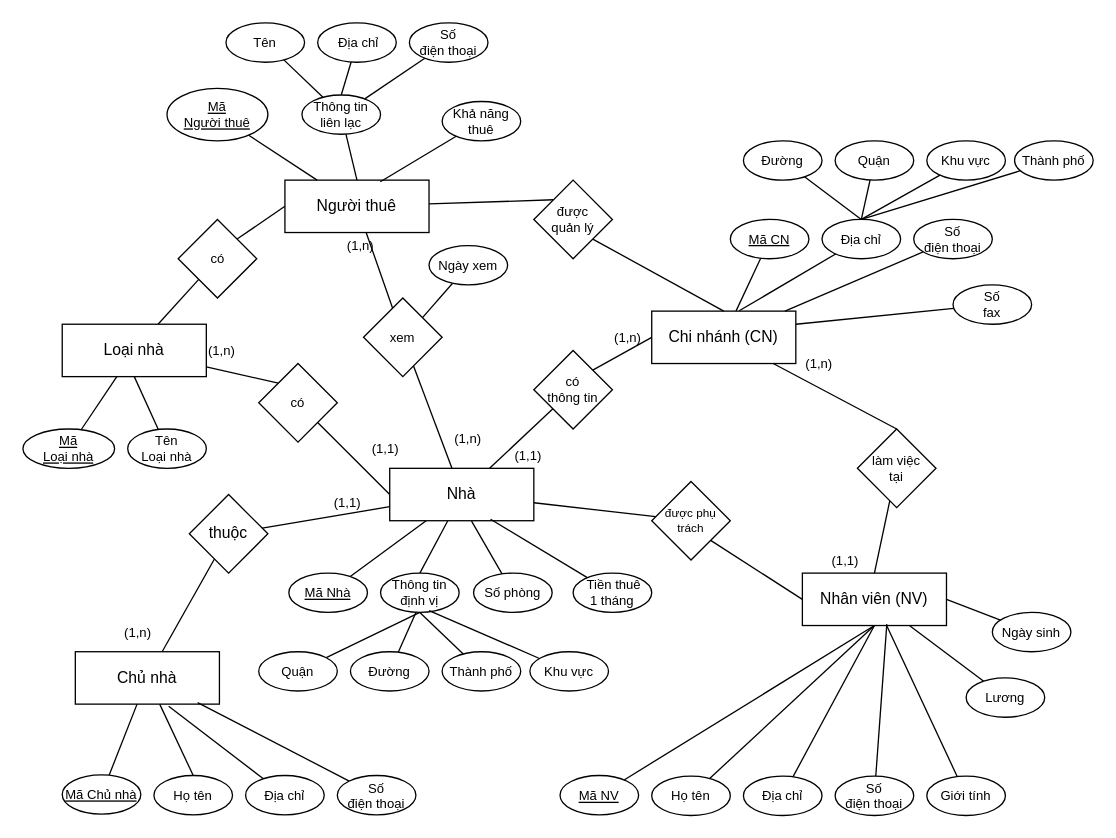
This is EXERCISES/BTN.drawio from andytino/Documents-Database, a draw.io file, before an edit. Source tidied: cells renumbered, new cells numbered last; positions are measured from the earlier drawing's top-left corner, leaving out a move shared by most shapes. Both pictures are drawn from the tidied source at 131%, with x=0, y=0 at pixel (22, 22).
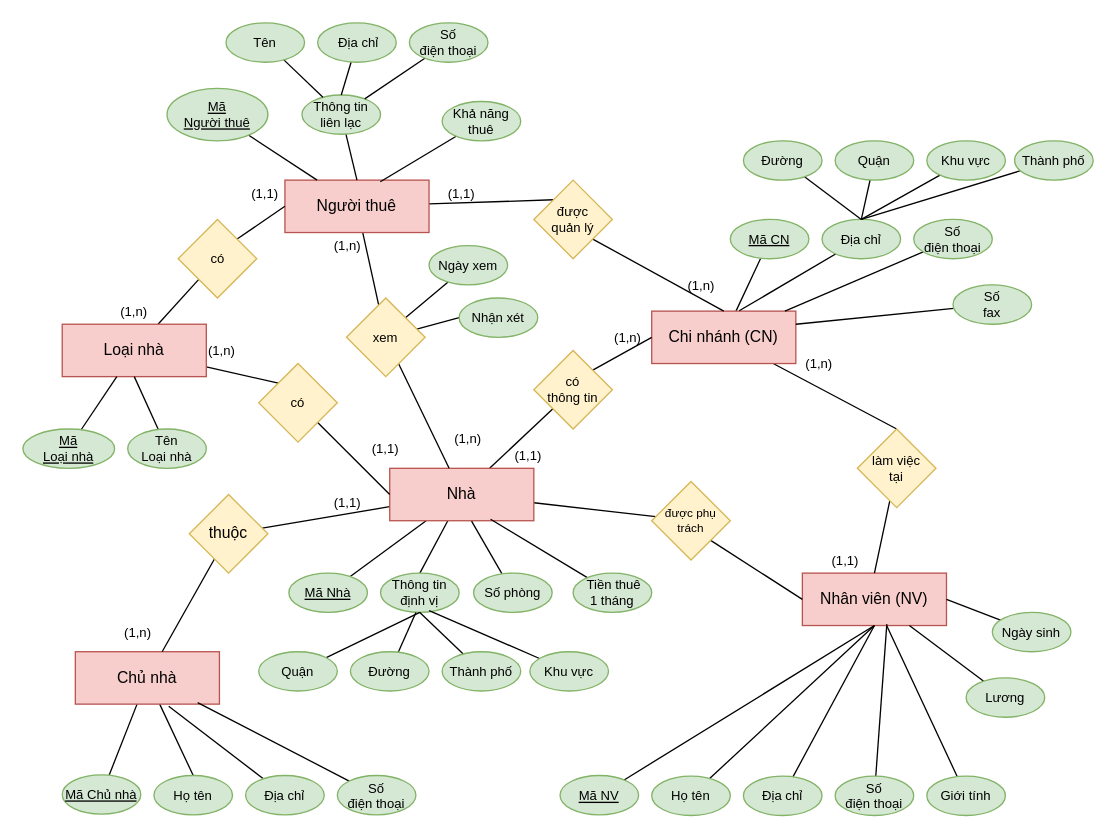
Above is the later version.

The edit, as a diff of the source:
```diff
@@
-    <mxCell id="4" value="Người thuê" style="rounded=0;whiteSpace=wrap;html=1;" parent="1" vertex="1">
+    <mxCell id="4" value="Người thuê" style="rounded=0;whiteSpace=wrap;html=1;fillColor=#f8cecc;strokeColor=#b85450;" parent="1" vertex="1">
       <mxGeometry x="200" y="120" width="110" height="40" as="geometry" />
     </mxCell>
@@
-    <mxCell id="10" value="Nhà" style="rounded=0;whiteSpace=wrap;html=1;" parent="1" vertex="1">
+    <mxCell id="10" value="Nhà" style="rounded=0;whiteSpace=wrap;html=1;fillColor=#f8cecc;strokeColor=#b85450;" parent="1" vertex="1">
       <mxGeometry x="280" y="340" width="110" height="40" as="geometry" />
     </mxCell>
@@
-    <mxCell id="13" value="Chủ nhà" style="rounded=0;whiteSpace=wrap;html=1;" parent="1" vertex="1">
+    <mxCell id="13" value="Chủ nhà" style="rounded=0;whiteSpace=wrap;html=1;fillColor=#f8cecc;strokeColor=#b85450;" parent="1" vertex="1">
       <mxGeometry x="40" y="480" width="110" height="40" as="geometry" />
     </mxCell>
@@
-    <mxCell id="16" value="Loại nhà" style="rounded=0;whiteSpace=wrap;html=1;" parent="1" vertex="1">
+    <mxCell id="16" value="Loại nhà" style="rounded=0;whiteSpace=wrap;html=1;fillColor=#f8cecc;strokeColor=#b85450;" parent="1" vertex="1">
       <mxGeometry x="30" y="230" width="110" height="40" as="geometry" />
     </mxCell>
-    <mxCell id="17" value="Nhân viên (NV)" style="rounded=0;whiteSpace=wrap;html=1;" parent="1" vertex="1">
+    <mxCell id="17" value="Nhân viên (NV)" style="rounded=0;whiteSpace=wrap;html=1;fillColor=#f8cecc;strokeColor=#b85450;" parent="1" vertex="1">
       <mxGeometry x="595" y="420" width="110" height="40" as="geometry" />
     </mxCell>
@@
-    <mxCell id="20" value="Chi nhánh (CN)" style="rounded=0;whiteSpace=wrap;html=1;" parent="1" vertex="1">
+    <mxCell id="20" value="Chi nhánh (CN)" style="rounded=0;whiteSpace=wrap;html=1;fillColor=#f8cecc;strokeColor=#b85450;" parent="1" vertex="1">
       <mxGeometry x="480" y="220" width="110" height="40" as="geometry" />
     </mxCell>
@@
-    <mxCell id="22" value="thuộc" style="rhombus;whiteSpace=wrap;html=1;" parent="1" vertex="1">
+    <mxCell id="22" value="thuộc" style="rhombus;whiteSpace=wrap;html=1;fillColor=#fff2cc;strokeColor=#d6b656;" parent="1" vertex="1">
       <mxGeometry x="127" y="360" width="60" height="60" as="geometry" />
     </mxCell>
@@
-    <mxCell id="24" value="được phụ trách" style="rhombus;whiteSpace=wrap;html=1;fontSize=9;" parent="1" vertex="1">
+    <mxCell id="24" value="được phụ trách" style="rhombus;whiteSpace=wrap;html=1;fontSize=9;fillColor=#fff2cc;strokeColor=#d6b656;" parent="1" vertex="1">
       <mxGeometry x="480" y="350" width="60" height="60" as="geometry" />
     </mxCell>
@@
-    <mxCell id="26" value="có &lt;br style=&quot;font-size: 10px;&quot;&gt;thông tin" style="rhombus;whiteSpace=wrap;html=1;fontSize=10;" parent="1" vertex="1">
+    <mxCell id="26" value="có &lt;br style=&quot;font-size: 10px;&quot;&gt;thông tin" style="rhombus;whiteSpace=wrap;html=1;fontSize=10;fillColor=#fff2cc;strokeColor=#d6b656;" parent="1" vertex="1">
       <mxGeometry x="390" y="250" width="60" height="60" as="geometry" />
     </mxCell>
@@
-    <mxCell id="28" value="có" style="rhombus;whiteSpace=wrap;html=1;fontSize=10;" parent="1" vertex="1">
+    <mxCell id="28" value="có" style="rhombus;whiteSpace=wrap;html=1;fontSize=10;fillColor=#fff2cc;strokeColor=#d6b656;" parent="1" vertex="1">
       <mxGeometry x="180" y="260" width="60" height="60" as="geometry" />
     </mxCell>
@@
-    <mxCell id="30" value="có" style="rhombus;whiteSpace=wrap;html=1;fontSize=10;" parent="1" vertex="1">
+    <mxCell id="30" value="có" style="rhombus;whiteSpace=wrap;html=1;fontSize=10;fillColor=#fff2cc;strokeColor=#d6b656;" parent="1" vertex="1">
       <mxGeometry x="118.5" y="150" width="60" height="60" as="geometry" />
     </mxCell>
@@
-    <mxCell id="32" value="được&lt;br&gt;quản lý" style="rhombus;whiteSpace=wrap;html=1;fontSize=10;" parent="1" vertex="1">
+    <mxCell id="32" value="được&lt;br&gt;quản lý" style="rhombus;whiteSpace=wrap;html=1;fontSize=10;fillColor=#fff2cc;strokeColor=#d6b656;" parent="1" vertex="1">
       <mxGeometry x="390" y="120" width="60" height="60" as="geometry" />
     </mxCell>
@@
+    <mxCell id="114" style="edgeStyle=none;shape=connector;rounded=0;jettySize=auto;html=1;entryX=0;entryY=0.5;entryDx=0;entryDy=0;labelBackgroundColor=default;fontFamily=Helvetica;fontSize=10;fontColor=default;endArrow=none;strokeColor=default;" parent="1" edge="1" source="35" target="115">
+      <mxGeometry relative="1" as="geometry" />
+    </mxCell>
-    <mxCell id="35" value="xem" style="rhombus;whiteSpace=wrap;html=1;fontSize=10;" parent="1" vertex="1">
-      <mxGeometry x="260" y="210" width="60" height="60" as="geometry" />
+    <mxCell id="35" value="xem" style="rhombus;whiteSpace=wrap;html=1;fontSize=10;fillColor=#fff2cc;strokeColor=#d6b656;" parent="1" vertex="1">
+      <mxGeometry x="247" y="210" width="60" height="60" as="geometry" />
     </mxCell>
-    <mxCell id="36" value="&lt;u&gt;Mã CN&lt;/u&gt;" style="ellipse;whiteSpace=wrap;html=1;fontFamily=Helvetica;fontSize=10;fontColor=default;" parent="1" vertex="1">
+    <mxCell id="36" value="&lt;u&gt;Mã CN&lt;/u&gt;" style="ellipse;whiteSpace=wrap;html=1;fontFamily=Helvetica;fontSize=10;fillColor=#d5e8d4;strokeColor=#82b366;" parent="1" vertex="1">
       <mxGeometry x="540" y="150" width="60" height="30" as="geometry" />
     </mxCell>
@@
-    <mxCell id="38" value="Địa chỉ" style="ellipse;whiteSpace=wrap;html=1;fontFamily=Helvetica;fontSize=10;fontColor=default;" parent="1" vertex="1">
+    <mxCell id="38" value="Địa chỉ" style="ellipse;whiteSpace=wrap;html=1;fontFamily=Helvetica;fontSize=10;fillColor=#d5e8d4;strokeColor=#82b366;" parent="1" vertex="1">
       <mxGeometry x="610" y="150" width="60" height="30" as="geometry" />
     </mxCell>
@@
-    <mxCell id="40" value="Đường" style="ellipse;whiteSpace=wrap;html=1;fontFamily=Helvetica;fontSize=10;fontColor=default;" parent="1" vertex="1">
+    <mxCell id="40" value="Đường" style="ellipse;whiteSpace=wrap;html=1;fontFamily=Helvetica;fontSize=10;fillColor=#d5e8d4;strokeColor=#82b366;" parent="1" vertex="1">
       <mxGeometry x="550" y="90" width="60" height="30" as="geometry" />
     </mxCell>
@@
-    <mxCell id="42" value="Thành phố" style="ellipse;whiteSpace=wrap;html=1;fontFamily=Helvetica;fontSize=10;fontColor=default;" parent="1" vertex="1">
+    <mxCell id="42" value="Thành phố" style="ellipse;whiteSpace=wrap;html=1;fontFamily=Helvetica;fontSize=10;fillColor=#d5e8d4;strokeColor=#82b366;" parent="1" vertex="1">
       <mxGeometry x="757" y="90" width="60" height="30" as="geometry" />
     </mxCell>
@@
-    <mxCell id="44" value="Khu vực" style="ellipse;whiteSpace=wrap;html=1;fontFamily=Helvetica;fontSize=10;fontColor=default;" parent="1" vertex="1">
+    <mxCell id="44" value="Khu vực" style="ellipse;whiteSpace=wrap;html=1;fontFamily=Helvetica;fontSize=10;fillColor=#d5e8d4;strokeColor=#82b366;" parent="1" vertex="1">
       <mxGeometry x="690" y="90" width="60" height="30" as="geometry" />
     </mxCell>
@@
-    <mxCell id="46" value="Quận" style="ellipse;whiteSpace=wrap;html=1;fontFamily=Helvetica;fontSize=10;fontColor=default;" parent="1" vertex="1">
+    <mxCell id="46" value="Quận" style="ellipse;whiteSpace=wrap;html=1;fontFamily=Helvetica;fontSize=10;fillColor=#d5e8d4;strokeColor=#82b366;" parent="1" vertex="1">
       <mxGeometry x="620" y="90" width="60" height="30" as="geometry" />
     </mxCell>
@@
-    <mxCell id="48" value="Số&lt;br&gt;điện thoại" style="ellipse;whiteSpace=wrap;html=1;fontFamily=Helvetica;fontSize=10;fontColor=default;" parent="1" vertex="1">
+    <mxCell id="48" value="Số&lt;br&gt;điện thoại" style="ellipse;whiteSpace=wrap;html=1;fontFamily=Helvetica;fontSize=10;fillColor=#d5e8d4;strokeColor=#82b366;" parent="1" vertex="1">
       <mxGeometry x="680" y="150" width="60" height="30" as="geometry" />
     </mxCell>
@@
-    <mxCell id="50" value="Số&lt;br&gt;fax" style="ellipse;whiteSpace=wrap;html=1;fontFamily=Helvetica;fontSize=10;fontColor=default;" parent="1" vertex="1">
+    <mxCell id="50" value="Số&lt;br&gt;fax" style="ellipse;whiteSpace=wrap;html=1;fontFamily=Helvetica;fontSize=10;fillColor=#d5e8d4;strokeColor=#82b366;" parent="1" vertex="1">
       <mxGeometry x="710" y="200" width="60" height="30" as="geometry" />
     </mxCell>
@@
-    <mxCell id="52" value="&lt;u&gt;Mã NV&lt;/u&gt;" style="ellipse;whiteSpace=wrap;html=1;fontFamily=Helvetica;fontSize=10;fontColor=default;" parent="1" vertex="1">
+    <mxCell id="52" value="&lt;u&gt;Mã NV&lt;/u&gt;" style="ellipse;whiteSpace=wrap;html=1;fontFamily=Helvetica;fontSize=10;fillColor=#d5e8d4;strokeColor=#82b366;" parent="1" vertex="1">
       <mxGeometry x="410" y="574.5" width="60" height="30" as="geometry" />
     </mxCell>
@@
-    <mxCell id="54" value="Địa chỉ" style="ellipse;whiteSpace=wrap;html=1;fontFamily=Helvetica;fontSize=10;fontColor=default;" parent="1" vertex="1">
+    <mxCell id="54" value="Địa chỉ" style="ellipse;whiteSpace=wrap;html=1;fontFamily=Helvetica;fontSize=10;fillColor=#d5e8d4;strokeColor=#82b366;" parent="1" vertex="1">
       <mxGeometry x="550" y="575" width="60" height="30" as="geometry" />
     </mxCell>
@@
-    <mxCell id="56" value="Số&lt;br&gt;điện thoại" style="ellipse;whiteSpace=wrap;html=1;fontFamily=Helvetica;fontSize=10;fontColor=default;" parent="1" vertex="1">
+    <mxCell id="56" value="Số&lt;br&gt;điện thoại" style="ellipse;whiteSpace=wrap;html=1;fontFamily=Helvetica;fontSize=10;fillColor=#d5e8d4;strokeColor=#82b366;" parent="1" vertex="1">
       <mxGeometry x="620" y="575" width="60" height="30" as="geometry" />
     </mxCell>
@@
-    <mxCell id="58" value="Họ tên" style="ellipse;whiteSpace=wrap;html=1;fontFamily=Helvetica;fontSize=10;fontColor=default;" parent="1" vertex="1">
+    <mxCell id="58" value="Họ tên" style="ellipse;whiteSpace=wrap;html=1;fontFamily=Helvetica;fontSize=10;fillColor=#d5e8d4;strokeColor=#82b366;" parent="1" vertex="1">
       <mxGeometry x="480" y="575" width="60" height="30" as="geometry" />
     </mxCell>
@@
-    <mxCell id="60" value="Giới tính" style="ellipse;whiteSpace=wrap;html=1;fontFamily=Helvetica;fontSize=10;fontColor=default;" parent="1" vertex="1">
+    <mxCell id="60" value="Giới tính" style="ellipse;whiteSpace=wrap;html=1;fontFamily=Helvetica;fontSize=10;fillColor=#d5e8d4;strokeColor=#82b366;" parent="1" vertex="1">
       <mxGeometry x="690" y="575" width="60" height="30" as="geometry" />
     </mxCell>
@@
-    <mxCell id="62" value="Ngày sinh" style="ellipse;whiteSpace=wrap;html=1;fontFamily=Helvetica;fontSize=10;fontColor=default;" parent="1" vertex="1">
+    <mxCell id="62" value="Ngày sinh" style="ellipse;whiteSpace=wrap;html=1;fontFamily=Helvetica;fontSize=10;fillColor=#d5e8d4;strokeColor=#82b366;" parent="1" vertex="1">
       <mxGeometry x="740" y="450" width="60" height="30" as="geometry" />
     </mxCell>
@@
-    <mxCell id="64" value="Lương" style="ellipse;whiteSpace=wrap;html=1;fontFamily=Helvetica;fontSize=10;fontColor=default;" parent="1" vertex="1">
+    <mxCell id="64" value="Lương" style="ellipse;whiteSpace=wrap;html=1;fontFamily=Helvetica;fontSize=10;fillColor=#d5e8d4;strokeColor=#82b366;" parent="1" vertex="1">
       <mxGeometry x="720" y="500" width="60" height="30" as="geometry" />
     </mxCell>
@@
-    <mxCell id="66" value="làm việc&lt;br&gt;tại" style="rhombus;whiteSpace=wrap;html=1;fontSize=10;" parent="1" vertex="1">
+    <mxCell id="66" value="làm việc&lt;br&gt;tại" style="rhombus;whiteSpace=wrap;html=1;fontSize=10;fillColor=#fff2cc;strokeColor=#d6b656;" parent="1" vertex="1">
       <mxGeometry x="637" y="310" width="60" height="60" as="geometry" />
     </mxCell>
-    <mxCell id="67" value="&lt;u&gt;Mã Chủ nhà&lt;/u&gt;" style="ellipse;whiteSpace=wrap;html=1;fontFamily=Helvetica;fontSize=10;fontColor=default;" parent="1" vertex="1">
+    <mxCell id="67" value="&lt;u&gt;Mã Chủ nhà&lt;/u&gt;" style="ellipse;whiteSpace=wrap;html=1;fontFamily=Helvetica;fontSize=10;fillColor=#d5e8d4;strokeColor=#82b366;" parent="1" vertex="1">
       <mxGeometry x="30" y="574" width="60" height="30" as="geometry" />
     </mxCell>
@@
-    <mxCell id="69" value="Địa chỉ" style="ellipse;whiteSpace=wrap;html=1;fontFamily=Helvetica;fontSize=10;fontColor=default;" parent="1" vertex="1">
+    <mxCell id="69" value="Địa chỉ" style="ellipse;whiteSpace=wrap;html=1;fontFamily=Helvetica;fontSize=10;fillColor=#d5e8d4;strokeColor=#82b366;" parent="1" vertex="1">
       <mxGeometry x="170" y="574.5" width="60" height="30" as="geometry" />
     </mxCell>
@@
-    <mxCell id="71" value="Số&lt;br&gt;điện thoại" style="ellipse;whiteSpace=wrap;html=1;fontFamily=Helvetica;fontSize=10;fontColor=default;" parent="1" vertex="1">
+    <mxCell id="71" value="Số&lt;br&gt;điện thoại" style="ellipse;whiteSpace=wrap;html=1;fontFamily=Helvetica;fontSize=10;fillColor=#d5e8d4;strokeColor=#82b366;" parent="1" vertex="1">
       <mxGeometry x="240" y="574.5" width="60" height="30" as="geometry" />
     </mxCell>
-    <mxCell id="72" value="Họ tên" style="ellipse;whiteSpace=wrap;html=1;fontFamily=Helvetica;fontSize=10;fontColor=default;" parent="1" vertex="1">
+    <mxCell id="72" value="Họ tên" style="ellipse;whiteSpace=wrap;html=1;fontFamily=Helvetica;fontSize=10;fillColor=#d5e8d4;strokeColor=#82b366;" parent="1" vertex="1">
       <mxGeometry x="100" y="574.5" width="60" height="30" as="geometry" />
     </mxCell>
-    <mxCell id="73" value="&lt;u&gt;Mã Nhà&lt;/u&gt;" style="ellipse;whiteSpace=wrap;html=1;fontFamily=Helvetica;fontSize=10;fontColor=default;" parent="1" vertex="1">
+    <mxCell id="73" value="&lt;u&gt;Mã Nhà&lt;/u&gt;" style="ellipse;whiteSpace=wrap;html=1;fontFamily=Helvetica;fontSize=10;fillColor=#d5e8d4;strokeColor=#82b366;" parent="1" vertex="1">
       <mxGeometry x="203" y="420" width="60" height="30" as="geometry" />
     </mxCell>
-    <mxCell id="74" value="Thông tin&lt;br&gt;định vị" style="ellipse;whiteSpace=wrap;html=1;fontFamily=Helvetica;fontSize=10;fontColor=default;" parent="1" vertex="1">
+    <mxCell id="74" value="Thông tin&lt;br&gt;định vị" style="ellipse;whiteSpace=wrap;html=1;fontFamily=Helvetica;fontSize=10;fillColor=#d5e8d4;strokeColor=#82b366;" parent="1" vertex="1">
       <mxGeometry x="273" y="420" width="60" height="30" as="geometry" />
     </mxCell>
@@
-    <mxCell id="76" value="Đường" style="ellipse;whiteSpace=wrap;html=1;fontFamily=Helvetica;fontSize=10;fontColor=default;" parent="1" vertex="1">
+    <mxCell id="76" value="Đường" style="ellipse;whiteSpace=wrap;html=1;fontFamily=Helvetica;fontSize=10;fillColor=#d5e8d4;strokeColor=#82b366;" parent="1" vertex="1">
       <mxGeometry x="250" y="480" width="60" height="30" as="geometry" />
     </mxCell>
@@
-    <mxCell id="78" value="Thành phố" style="ellipse;whiteSpace=wrap;html=1;fontFamily=Helvetica;fontSize=10;fontColor=default;" parent="1" vertex="1">
+    <mxCell id="78" value="Thành phố" style="ellipse;whiteSpace=wrap;html=1;fontFamily=Helvetica;fontSize=10;fillColor=#d5e8d4;strokeColor=#82b366;" parent="1" vertex="1">
       <mxGeometry x="320" y="480" width="60" height="30" as="geometry" />
     </mxCell>
@@
-    <mxCell id="80" value="Khu vực" style="ellipse;whiteSpace=wrap;html=1;fontFamily=Helvetica;fontSize=10;fontColor=default;" parent="1" vertex="1">
+    <mxCell id="80" value="Khu vực" style="ellipse;whiteSpace=wrap;html=1;fontFamily=Helvetica;fontSize=10;fillColor=#d5e8d4;strokeColor=#82b366;" parent="1" vertex="1">
       <mxGeometry x="387" y="480" width="60" height="30" as="geometry" />
     </mxCell>
@@
-    <mxCell id="82" value="Quận" style="ellipse;whiteSpace=wrap;html=1;fontFamily=Helvetica;fontSize=10;fontColor=default;" parent="1" vertex="1">
+    <mxCell id="82" value="Quận" style="ellipse;whiteSpace=wrap;html=1;fontFamily=Helvetica;fontSize=10;fillColor=#d5e8d4;strokeColor=#82b366;" parent="1" vertex="1">
       <mxGeometry x="180" y="480" width="60" height="30" as="geometry" />
     </mxCell>
@@
-    <mxCell id="84" value="Số phòng" style="ellipse;whiteSpace=wrap;html=1;fontFamily=Helvetica;fontSize=10;fontColor=default;" parent="1" vertex="1">
+    <mxCell id="84" value="Số phòng" style="ellipse;whiteSpace=wrap;html=1;fontFamily=Helvetica;fontSize=10;fillColor=#d5e8d4;strokeColor=#82b366;" parent="1" vertex="1">
       <mxGeometry x="344" y="420" width="60" height="30" as="geometry" />
     </mxCell>
@@
-    <mxCell id="86" value="&amp;nbsp;Tiền thuê&lt;br&gt;1 tháng" style="ellipse;whiteSpace=wrap;html=1;fontFamily=Helvetica;fontSize=10;fontColor=default;" parent="1" vertex="1">
+    <mxCell id="86" value="&amp;nbsp;Tiền thuê&lt;br&gt;1 tháng" style="ellipse;whiteSpace=wrap;html=1;fontFamily=Helvetica;fontSize=10;fillColor=#d5e8d4;strokeColor=#82b366;" parent="1" vertex="1">
       <mxGeometry x="420" y="420" width="60" height="30" as="geometry" />
     </mxCell>
@@
-    <mxCell id="88" value="&lt;u&gt;Mã &lt;br&gt;Người thuê&lt;/u&gt;" style="ellipse;whiteSpace=wrap;html=1;fontFamily=Helvetica;fontSize=10;fontColor=default;" parent="1" vertex="1">
+    <mxCell id="88" value="&lt;u&gt;Mã &lt;br&gt;Người thuê&lt;/u&gt;" style="ellipse;whiteSpace=wrap;html=1;fontFamily=Helvetica;fontSize=10;fillColor=#d5e8d4;strokeColor=#82b366;" parent="1" vertex="1">
       <mxGeometry x="110" y="50" width="77" height="40" as="geometry" />
     </mxCell>
@@
-    <mxCell id="90" value="Thông tin&lt;br&gt;liên lạc" style="ellipse;whiteSpace=wrap;html=1;fontFamily=Helvetica;fontSize=10;fontColor=default;" parent="1" vertex="1">
+    <mxCell id="90" value="Thông tin&lt;br&gt;liên lạc" style="ellipse;whiteSpace=wrap;html=1;fontFamily=Helvetica;fontSize=10;fillColor=#d5e8d4;strokeColor=#82b366;" parent="1" vertex="1">
       <mxGeometry x="213" y="55" width="60" height="30" as="geometry" />
     </mxCell>
@@
-    <mxCell id="92" value="Tên" style="ellipse;whiteSpace=wrap;html=1;fontFamily=Helvetica;fontSize=10;fontColor=default;" parent="1" vertex="1">
+    <mxCell id="92" value="Tên" style="ellipse;whiteSpace=wrap;html=1;fontFamily=Helvetica;fontSize=10;fillColor=#d5e8d4;strokeColor=#82b366;" parent="1" vertex="1">
       <mxGeometry x="155" width="60" height="30" as="geometry" />
     </mxCell>
@@
-    <mxCell id="94" value="Số&lt;br&gt;điện thoại" style="ellipse;whiteSpace=wrap;html=1;fontFamily=Helvetica;fontSize=10;fontColor=default;" parent="1" vertex="1">
+    <mxCell id="94" value="Số&lt;br&gt;điện thoại" style="ellipse;whiteSpace=wrap;html=1;fontFamily=Helvetica;fontSize=10;fillColor=#d5e8d4;strokeColor=#82b366;" parent="1" vertex="1">
       <mxGeometry x="295" width="60" height="30" as="geometry" />
     </mxCell>
@@
-    <mxCell id="96" value="&amp;nbsp;Địa chỉ" style="ellipse;whiteSpace=wrap;html=1;fontFamily=Helvetica;fontSize=10;fontColor=default;" parent="1" vertex="1">
+    <mxCell id="96" value="&amp;nbsp;Địa chỉ" style="ellipse;whiteSpace=wrap;html=1;fontFamily=Helvetica;fontSize=10;fillColor=#d5e8d4;strokeColor=#82b366;" parent="1" vertex="1">
       <mxGeometry x="225" width="60" height="30" as="geometry" />
     </mxCell>
@@
-    <mxCell id="98" value="Khả năng&lt;br&gt;thuê" style="ellipse;whiteSpace=wrap;html=1;fontFamily=Helvetica;fontSize=10;fontColor=default;" parent="1" vertex="1">
+    <mxCell id="98" value="Khả năng&lt;br&gt;thuê" style="ellipse;whiteSpace=wrap;html=1;fontFamily=Helvetica;fontSize=10;fillColor=#d5e8d4;strokeColor=#82b366;" parent="1" vertex="1">
       <mxGeometry x="320" y="60" width="60" height="30" as="geometry" />
     </mxCell>
@@
-    <mxCell id="100" value="&lt;u&gt;Mã &lt;br&gt;Loại nhà&lt;/u&gt;" style="ellipse;whiteSpace=wrap;html=1;fontFamily=Helvetica;fontSize=10;fontColor=default;" parent="1" vertex="1">
+    <mxCell id="100" value="&lt;u&gt;Mã &lt;br&gt;Loại nhà&lt;/u&gt;" style="ellipse;whiteSpace=wrap;html=1;fontFamily=Helvetica;fontSize=10;fillColor=#d5e8d4;strokeColor=#82b366;" parent="1" vertex="1">
       <mxGeometry y="310" width="70" height="30" as="geometry" />
     </mxCell>
@@
-    <mxCell id="102" value="Tên&lt;br&gt;Loại nhà" style="ellipse;whiteSpace=wrap;html=1;fontFamily=Helvetica;fontSize=10;fontColor=default;" parent="1" vertex="1">
+    <mxCell id="102" value="Tên&lt;br&gt;Loại nhà" style="ellipse;whiteSpace=wrap;html=1;fontFamily=Helvetica;fontSize=10;fillColor=#d5e8d4;strokeColor=#82b366;" parent="1" vertex="1">
       <mxGeometry x="80" y="310" width="60" height="30" as="geometry" />
     </mxCell>
@@
     <mxCell id="111" value="(1,n)" style="text;html=1;strokeColor=none;fillColor=none;align=center;verticalAlign=middle;whiteSpace=wrap;rounded=0;fontFamily=Helvetica;fontSize=10;fontColor=default;" parent="1" vertex="1">
-      <mxGeometry x="240" y="160" width="36" height="20" as="geometry" />
+      <mxGeometry x="230" y="160" width="36" height="20" as="geometry" />
     </mxCell>
@@
-    <mxCell id="113" value="&lt;span&gt;Ngày xem&lt;/span&gt;" style="ellipse;whiteSpace=wrap;html=1;fontFamily=Helvetica;fontSize=10;fontColor=default;fontStyle=0;" parent="1" vertex="1">
+    <mxCell id="113" value="&lt;span&gt;Ngày xem&lt;/span&gt;" style="ellipse;whiteSpace=wrap;html=1;fontFamily=Helvetica;fontSize=10;fontStyle=0;fillColor=#d5e8d4;strokeColor=#82b366;" parent="1" vertex="1">
       <mxGeometry x="310" y="170" width="60" height="30" as="geometry" />
     </mxCell>
+    <mxCell id="115" value="Nhận xét" style="ellipse;whiteSpace=wrap;html=1;fontFamily=Helvetica;fontSize=10;fillColor=#d5e8d4;strokeColor=#82b366;" parent="1" vertex="1">
+      <mxGeometry x="333" y="210" width="60" height="30" as="geometry" />
+    </mxCell>
+    <mxCell id="116" value="(1,1)" style="text;html=1;strokeColor=none;fillColor=none;align=center;verticalAlign=middle;whiteSpace=wrap;rounded=0;fontFamily=Helvetica;fontSize=10;fontColor=default;" parent="1" vertex="1">
+      <mxGeometry x="167" y="120" width="36" height="20" as="geometry" />
+    </mxCell>
+    <mxCell id="117" value="(1,n)" style="text;html=1;strokeColor=none;fillColor=none;align=center;verticalAlign=middle;whiteSpace=wrap;rounded=0;fontFamily=Helvetica;fontSize=10;fontColor=default;" parent="1" vertex="1">
+      <mxGeometry x="67" y="210" width="36" height="20" as="geometry" />
+    </mxCell>
+    <mxCell id="118" value="(1,n)" style="text;html=1;strokeColor=none;fillColor=none;align=center;verticalAlign=middle;whiteSpace=wrap;rounded=0;fontFamily=Helvetica;fontSize=10;fontColor=default;" parent="1" vertex="1">
+      <mxGeometry x="500" y="190" width="36" height="20" as="geometry" />
+    </mxCell>
+    <mxCell id="119" value="(1,1)" style="text;html=1;strokeColor=none;fillColor=none;align=center;verticalAlign=middle;whiteSpace=wrap;rounded=0;fontFamily=Helvetica;fontSize=10;fontColor=default;" parent="1" vertex="1">
+      <mxGeometry x="317" y="120" width="36" height="20" as="geometry" />
+    </mxCell>
```
